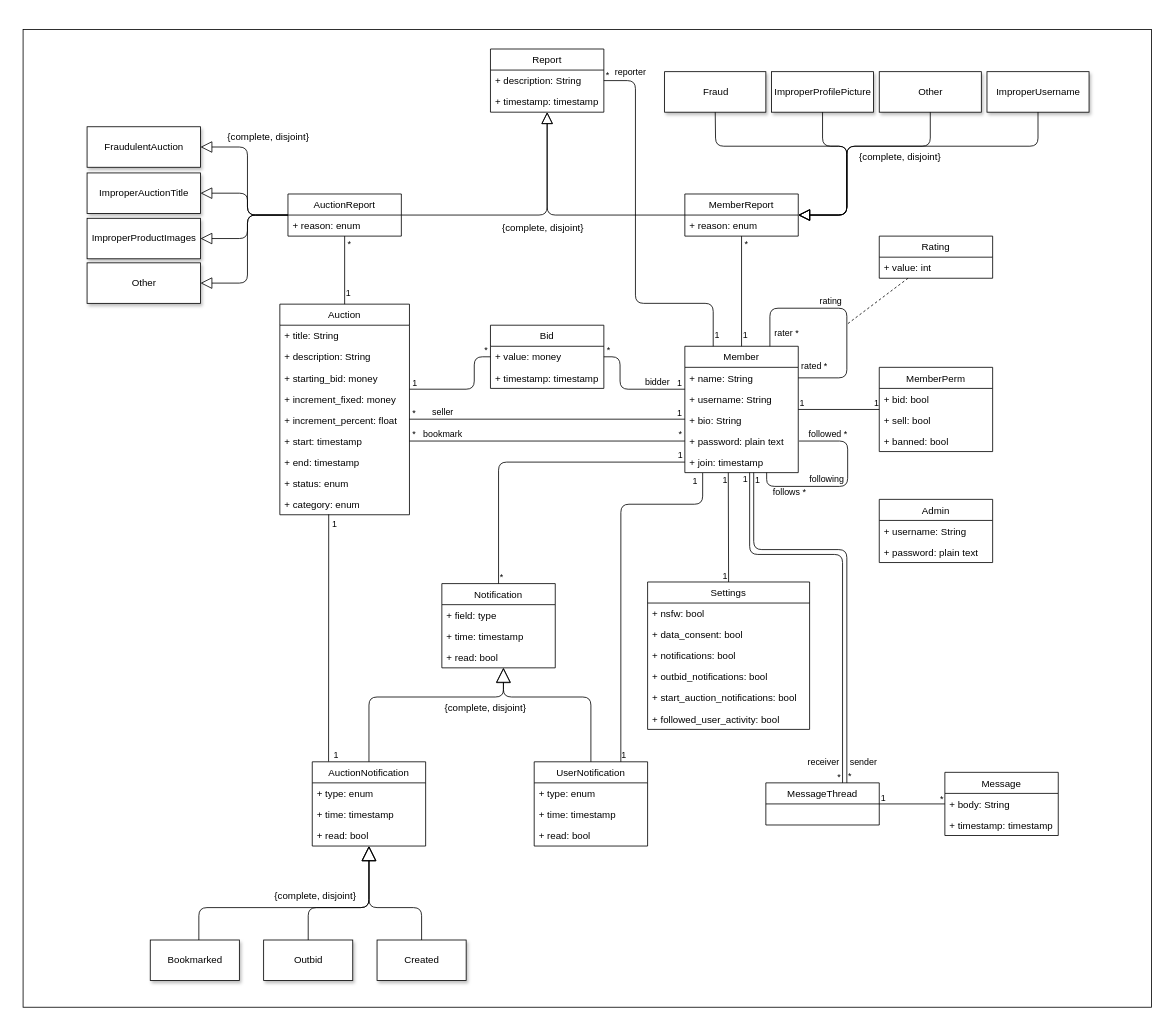
Educorreia932/FEUP-LBAW keeps this draw.io diagram as A4.drawio. Above is the earlier version. Source tidied: cells renumbered, new cells numbered last; positions are measured from the earlier drawing's top-left corner, leaving out a move shared by most shapes. Both pictures are drawn from the tidied source at 81%, with x=0, y=0 at pixel (23, 29).
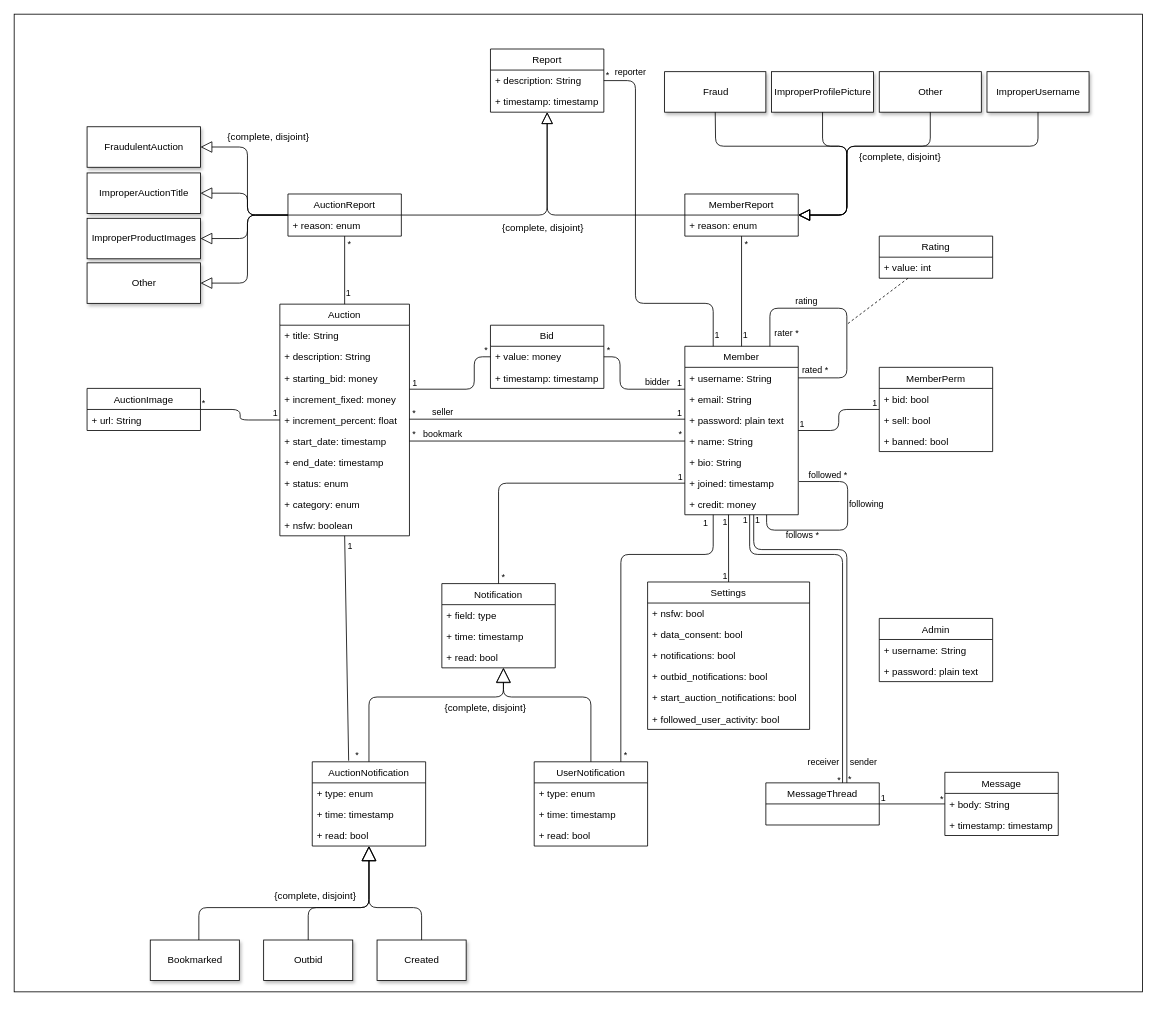
After the change.

The change refers to these unchanged cells:
```xml
<mxCell id="24" value="+ category: enum" style="text;strokeColor=none;fillColor=none;align=left;verticalAlign=top;spacingLeft=4;spacingRight=4;overflow=hidden;points=[[0,0.5],[1,0.5]];portConstraint=eastwest;" parent="15" vertex="1">
  <mxGeometry y="234" width="160" height="26" as="geometry" />
</mxCell>
<mxCell id="38" style="endArrow=none;html=1;edgeStyle=orthogonalEdgeStyle;" parent="1" edge="1" source="3" target="25">
  <mxGeometry relative="1" as="geometry" />
</mxCell>
<mxCell id="68" value="Settings" style="swimlane;fontStyle=0;horizontal=1;startSize=26;fillColor=none;" parent="1" vertex="1">
  <mxGeometry x="771" y="682" width="200" height="182" as="geometry" />
</mxCell>
<mxCell id="85" style="endArrow=none;html=1;edgeStyle=orthogonalEdgeStyle;entryX=0;entryY=0.5;entryDx=0;entryDy=0;exitX=0.5;exitY=0;exitDx=0;exitDy=0;" parent="1" edge="1" source="81" target="14">
  <mxGeometry relative="1" as="geometry" />
</mxCell>
<mxCell id="88" value="AuctionNotification" style="swimlane;fontStyle=0;horizontal=1;startSize=26;fillColor=none;shadow=0;" parent="1" vertex="1">
  <mxGeometry x="357" y="904" width="140" height="104" as="geometry" />
</mxCell>
<mxCell id="92" value="UserNotification" style="swimlane;fontStyle=0;horizontal=1;startSize=26;fillColor=none;" parent="1" vertex="1">
  <mxGeometry x="631" y="904" width="140" height="104" as="geometry" />
</mxCell>
<mxCell id="105" style="endArrow=none;html=1;edgeStyle=orthogonalEdgeStyle;labelPosition=right;verticalLabelPosition=middle;align=left;verticalAlign=middle;" parent="1" edge="1" source="104" target="3">
  <mxGeometry relative="1" as="geometry">
    <Array as="points">
      <mxPoint x="1017" y="642" />
      <mxPoint x="902" y="642" />
    </Array>
  </mxGeometry>
</mxCell>
```

Diff of the diagram source:
```diff
@@
     <mxCell id="2" style="rounded=0;whiteSpace=wrap;html=1;shadow=0;labelBackgroundColor=none;" parent="1" vertex="1">
-      <mxGeometry width="1393" height="1207" as="geometry" />
+      <mxGeometry x="-11" y="-19" width="1393" height="1207" as="geometry" />
     </mxCell>
     <mxCell id="3" value="Member" style="swimlane;fontStyle=0;horizontal=1;startSize=26;fillColor=none;" parent="1" vertex="1">
-      <mxGeometry x="817" y="391" width="140" height="156" as="geometry" />
+      <mxGeometry x="817" y="391" width="140" height="208" as="geometry" />
     </mxCell>
+    <mxCell id="5" value="+ username: String" style="text;strokeColor=none;fillColor=none;align=left;verticalAlign=top;spacingLeft=4;spacingRight=4;overflow=hidden;points=[[0,0.5],[1,0.5]];portConstraint=eastwest;" parent="3" vertex="1">
+      <mxGeometry y="26" width="140" height="26" as="geometry" />
+    </mxCell>
+    <mxCell id="146" value="+ email: String" style="text;strokeColor=none;fillColor=none;align=left;verticalAlign=top;spacingLeft=4;spacingRight=4;overflow=hidden;" parent="3" vertex="1">
+      <mxGeometry y="52" width="140" height="26" as="geometry" />
+    </mxCell>
+    <mxCell id="7" value="+ password: plain text" style="text;strokeColor=none;fillColor=none;align=left;verticalAlign=top;spacingLeft=4;spacingRight=4;overflow=hidden;" parent="3" vertex="1">
+      <mxGeometry y="78" width="140" height="26" as="geometry" />
+    </mxCell>
     <mxCell id="4" value="+ name: String" style="text;strokeColor=none;fillColor=none;align=left;verticalAlign=top;spacingLeft=4;spacingRight=4;overflow=hidden;points=[[0,0.5],[1,0.5]];portConstraint=eastwest;" parent="3" vertex="1">
-      <mxGeometry y="26" width="140" height="26" as="geometry" />
+      <mxGeometry y="104" width="140" height="26" as="geometry" />
     </mxCell>
-    <mxCell id="5" value="+ username: String" style="text;strokeColor=none;fillColor=none;align=left;verticalAlign=top;spacingLeft=4;spacingRight=4;overflow=hidden;points=[[0,0.5],[1,0.5]];portConstraint=eastwest;" parent="3" vertex="1">
-      <mxGeometry y="52" width="140" height="26" as="geometry" />
-    </mxCell>
     <mxCell id="6" value="+ bio: String" style="text;strokeColor=none;fillColor=none;align=left;verticalAlign=top;spacingLeft=4;spacingRight=4;overflow=hidden;" parent="3" vertex="1">
-      <mxGeometry y="78" width="140" height="26" as="geometry" />
+      <mxGeometry y="130" width="140" height="26" as="geometry" />
     </mxCell>
-    <mxCell id="7" value="+ password: plain text" style="text;strokeColor=none;fillColor=none;align=left;verticalAlign=top;spacingLeft=4;spacingRight=4;overflow=hidden;" parent="3" vertex="1">
-      <mxGeometry y="104" width="140" height="26" as="geometry" />
-    </mxCell>
-    <mxCell id="8" value="following" style="endArrow=none;html=1;edgeStyle=orthogonalEdgeStyle;labelPosition=center;verticalLabelPosition=top;align=center;verticalAlign=bottom;entryX=1;entryY=0.5;entryDx=0;entryDy=0;labelBackgroundColor=none;" parent="3" edge="1">
-      <mxGeometry x="-0.22" relative="1" as="geometry">
-        <mxPoint x="101" y="156" as="sourcePoint" />
-        <mxPoint x="141" y="117" as="targetPoint" />
+    <mxCell id="8" value="following" style="endArrow=none;html=1;edgeStyle=orthogonalEdgeStyle;labelPosition=right;verticalLabelPosition=middle;align=left;verticalAlign=middle;labelBackgroundColor=none;exitX=0.721;exitY=1.004;exitDx=0;exitDy=0;exitPerimeter=0;" parent="3" edge="1" source="147">
+      <mxGeometry x="0.26" relative="1" as="geometry">
+        <mxPoint x="141" y="167" as="targetPoint" />
         <Array as="points">
-          <mxPoint x="101" y="173" />
-          <mxPoint x="201" y="173" />
-          <mxPoint x="201" y="117" />
+          <mxPoint x="101" y="227" />
+          <mxPoint x="201" y="227" />
+          <mxPoint x="201" y="167" />
+          <mxPoint x="141" y="167" />
         </Array>
       </mxGeometry>
     </mxCell>
     <mxCell id="9" value="follows *" style="edgeLabel;html=1;align=center;verticalAlign=top;labelPosition=center;verticalLabelPosition=bottom;labelBackgroundColor=none;" parent="8" vertex="1">
       <mxGeometry x="-1" relative="1" as="geometry">
-        <mxPoint x="27" y="11" as="offset" />
+        <mxPoint x="43.1" y="11.9" as="offset" />
       </mxGeometry>
     </mxCell>
@@
-    <mxCell id="11" value="rating" style="endArrow=none;html=1;edgeStyle=orthogonalEdgeStyle;labelPosition=center;verticalLabelPosition=top;align=center;verticalAlign=bottom;exitX=1;exitY=0.5;exitDx=0;exitDy=0;entryX=0.75;entryY=0;entryDx=0;entryDy=0;labelBackgroundColor=none;" parent="3" edge="1" source="4" target="3">
-      <mxGeometry x="0.15" relative="1" as="geometry">
+    <mxCell id="11" value="rating" style="endArrow=none;html=1;edgeStyle=orthogonalEdgeStyle;labelPosition=center;verticalLabelPosition=top;align=center;verticalAlign=bottom;exitX=1;exitY=0.5;exitDx=0;exitDy=0;entryX=0.75;entryY=0;entryDx=0;entryDy=0;labelBackgroundColor=none;" parent="3" edge="1" source="5" target="3">
+      <mxGeometry x="0.36" relative="1" as="geometry">
         <Array as="points">
           <mxPoint x="200" y="39" />
           <mxPoint x="200" y="-47" />
           <mxPoint x="105" y="-47" />
         </Array>
       </mxGeometry>
     </mxCell>
     <mxCell id="12" value="rated *" style="edgeLabel;html=1;align=left;verticalAlign=bottom;labelBackgroundColor=none;" parent="11" vertex="1">
       <mxGeometry x="-1" relative="1" as="geometry">
-        <mxPoint x="2" y="-6" as="offset" />
+        <mxPoint x="3" y="-1" as="offset" />
       </mxGeometry>
     </mxCell>
@@
-    <mxCell id="14" value="+ join: timestamp" style="text;strokeColor=none;fillColor=none;align=left;verticalAlign=top;spacingLeft=4;spacingRight=4;overflow=hidden;points=[[0,0.5],[1,0.5]];portConstraint=eastwest;" parent="3" vertex="1">
-      <mxGeometry y="130" width="140" height="26" as="geometry" />
+    <mxCell id="14" value="+ joined: timestamp" style="text;strokeColor=none;fillColor=none;align=left;verticalAlign=top;spacingLeft=4;spacingRight=4;overflow=hidden;points=[[0,0.5],[1,0.5]];portConstraint=eastwest;" parent="3" vertex="1">
+      <mxGeometry y="156" width="140" height="26" as="geometry" />
     </mxCell>
+    <mxCell id="147" value="+ credit: money" style="text;strokeColor=none;fillColor=none;align=left;verticalAlign=top;spacingLeft=4;spacingRight=4;overflow=hidden;points=[[0,0.5],[1,0.5]];portConstraint=eastwest;" parent="3" vertex="1">
+      <mxGeometry y="182" width="140" height="26" as="geometry" />
+    </mxCell>
     <mxCell id="15" value="Auction" style="swimlane;fontStyle=0;horizontal=1;startSize=26;fillColor=none;" parent="1" vertex="1">
-      <mxGeometry x="317" y="339" width="160" height="260" as="geometry" />
+      <mxGeometry x="317" y="339" width="160" height="286" as="geometry" />
     </mxCell>
@@
-    <mxCell id="21" value="+ start: timestamp" style="text;strokeColor=none;fillColor=none;align=left;verticalAlign=top;spacingLeft=4;spacingRight=4;overflow=hidden;" parent="15" vertex="1">
+    <mxCell id="21" value="+ start_date: timestamp" style="text;strokeColor=none;fillColor=none;align=left;verticalAlign=top;spacingLeft=4;spacingRight=4;overflow=hidden;" parent="15" vertex="1">
       <mxGeometry y="156" width="160" height="26" as="geometry" />
     </mxCell>
-    <mxCell id="22" value="+ end: timestamp" style="text;strokeColor=none;fillColor=none;align=left;verticalAlign=top;spacingLeft=4;spacingRight=4;overflow=hidden;" parent="15" vertex="1">
+    <mxCell id="22" value="+ end_date: timestamp" style="text;strokeColor=none;fillColor=none;align=left;verticalAlign=top;spacingLeft=4;spacingRight=4;overflow=hidden;" parent="15" vertex="1">
       <mxGeometry y="182" width="160" height="26" as="geometry" />
     </mxCell>
@@
+    <mxCell id="148" value="+ nsfw: boolean" style="text;strokeColor=none;fillColor=none;align=left;verticalAlign=top;spacingLeft=4;spacingRight=4;overflow=hidden;" parent="15" vertex="1">
+      <mxGeometry y="260" width="160" height="26" as="geometry" />
+    </mxCell>
@@
     <mxCell id="40" value="1" style="edgeLabel;html=1;align=right;verticalAlign=bottom;labelBackgroundColor=none;" parent="38" vertex="1">
-      <mxGeometry x="1" relative="1" as="geometry" />
+      <mxGeometry x="1" relative="1" as="geometry">
+        <mxPoint x="-2.2" as="offset" />
+      </mxGeometry>
     </mxCell>
     <mxCell id="41" value="Admin" style="swimlane;fontStyle=0;horizontal=1;startSize=26;fillColor=none;" parent="1" vertex="1">
-      <mxGeometry x="1057" y="580" width="140" height="78" as="geometry" />
+      <mxGeometry x="1057" y="727" width="140" height="78" as="geometry" />
     </mxCell>
@@
-    <mxCell id="75" style="endArrow=none;html=1;labelPosition=center;verticalLabelPosition=top;align=center;verticalAlign=bottom;exitX=0.5;exitY=0;exitDx=0;exitDy=0;entryX=0.383;entryY=1.004;entryDx=0;entryDy=0;entryPerimeter=0;" parent="1" edge="1" source="68" target="14">
+    <mxCell id="75" style="endArrow=none;html=1;labelPosition=center;verticalLabelPosition=top;align=center;verticalAlign=bottom;exitX=0.5;exitY=0;exitDx=0;exitDy=0;entryX=0.385;entryY=0.999;entryDx=0;entryDy=0;entryPerimeter=0;" parent="1" edge="1" source="68" target="147">
       <mxGeometry x="-0.76" relative="1" as="geometry" />
     </mxCell>
@@
     <mxCell id="86" value="*" style="edgeLabel;html=1;align=left;verticalAlign=bottom;labelBackgroundColor=none;" parent="85" vertex="1">
-      <mxGeometry x="-1" relative="1" as="geometry" />
+      <mxGeometry x="-1" relative="1" as="geometry">
+        <mxPoint x="2" as="offset" />
+      </mxGeometry>
     </mxCell>
@@
-    <mxCell id="98" style="endArrow=none;html=1;edgeStyle=orthogonalEdgeStyle;entryX=0.157;entryY=1.017;entryDx=0;entryDy=0;entryPerimeter=0;exitX=0.764;exitY=0;exitDx=0;exitDy=0;exitPerimeter=0;" parent="1" edge="1" source="92" target="14">
+    <mxCell id="98" style="endArrow=none;html=1;edgeStyle=orthogonalEdgeStyle;exitX=0.764;exitY=0;exitDx=0;exitDy=0;exitPerimeter=0;entryX=0.25;entryY=1;entryDx=0;entryDy=0;" parent="1" edge="1" source="92" target="3">
       <mxGeometry relative="1" as="geometry">
         <Array as="points">
-          <mxPoint x="738" y="586" />
-          <mxPoint x="839" y="586" />
+          <mxPoint x="738" y="648" />
+          <mxPoint x="852" y="648" />
         </Array>
       </mxGeometry>
     </mxCell>
-    <mxCell id="99" value="1" style="edgeLabel;html=1;align=left;verticalAlign=bottom;labelBackgroundColor=none;" parent="98" vertex="1">
+    <mxCell id="99" value="*" style="edgeLabel;html=1;align=left;verticalAlign=bottom;labelBackgroundColor=none;" parent="98" vertex="1">
       <mxGeometry x="-1" relative="1" as="geometry">
-        <mxPoint x="-1" as="offset" />
+        <mxPoint x="2" as="offset" />
       </mxGeometry>
     </mxCell>
@@
-    <mxCell id="101" style="endArrow=none;html=1;edgeStyle=orthogonalEdgeStyle;entryX=0.144;entryY=-0.003;entryDx=0;entryDy=0;entryPerimeter=0;exitX=0.377;exitY=0.983;exitDx=0;exitDy=0;exitPerimeter=0;" parent="1" edge="1" source="24" target="88">
-      <mxGeometry relative="1" as="geometry">
-        <Array as="points">
-          <mxPoint x="377" y="599" />
-        </Array>
-      </mxGeometry>
+    <mxCell id="101" style="endArrow=none;html=1;entryX=0.321;entryY=-0.013;entryDx=0;entryDy=0;entryPerimeter=0;exitX=0.5;exitY=1;exitDx=0;exitDy=0;" parent="1" edge="1" source="15" target="88">
+      <mxGeometry relative="1" as="geometry" />
     </mxCell>
@@
-    <mxCell id="103" value="1" style="edgeLabel;html=1;align=right;verticalAlign=bottom;labelBackgroundColor=none;" parent="101" vertex="1">
+    <mxCell id="103" value="*" style="edgeLabel;html=1;align=right;verticalAlign=bottom;labelBackgroundColor=none;" parent="101" vertex="1">
       <mxGeometry x="1" relative="1" as="geometry">
         <mxPoint x="12.8" y="0.6" as="offset" />
       </mxGeometry>
     </mxCell>
@@
     <mxCell id="108" value="1" style="edgeLabel;html=1;align=left;verticalAlign=middle;labelPosition=right;verticalLabelPosition=middle;labelBackgroundColor=none;" parent="105" vertex="1">
       <mxGeometry x="0.85" y="-1" relative="1" as="geometry">
-        <mxPoint x="-1" y="-29" as="offset" />
+        <mxPoint x="-1" y="-26.4" as="offset" />
       </mxGeometry>
     </mxCell>
@@
+    <mxCell id="149" value="AuctionImage" style="swimlane;fontStyle=0;horizontal=1;startSize=26;fillColor=none;" parent="1" vertex="1">
+      <mxGeometry x="79" y="443" width="140" height="52" as="geometry" />
+    </mxCell>
+    <mxCell id="150" value="+ url: String" style="text;strokeColor=none;fillColor=none;align=left;verticalAlign=top;spacingLeft=4;spacingRight=4;overflow=hidden;" parent="149" vertex="1">
+      <mxGeometry y="26" width="140" height="26" as="geometry" />
+    </mxCell>
+    <mxCell id="151" style="endArrow=none;html=1;edgeStyle=orthogonalEdgeStyle;" parent="1" edge="1" source="149" target="15">
+      <mxGeometry relative="1" as="geometry" />
+    </mxCell>
+    <mxCell id="152" value="*" style="edgeLabel;html=1;align=left;verticalAlign=bottom;labelBackgroundColor=none;" parent="151" vertex="1">
+      <mxGeometry x="-1" relative="1" as="geometry" />
+    </mxCell>
+    <mxCell id="153" value="1" style="edgeLabel;html=1;align=right;verticalAlign=bottom;labelBackgroundColor=none;" parent="151" vertex="1">
+      <mxGeometry x="1" relative="1" as="geometry">
+        <mxPoint x="-2.1" as="offset" />
+      </mxGeometry>
+    </mxCell>
```
